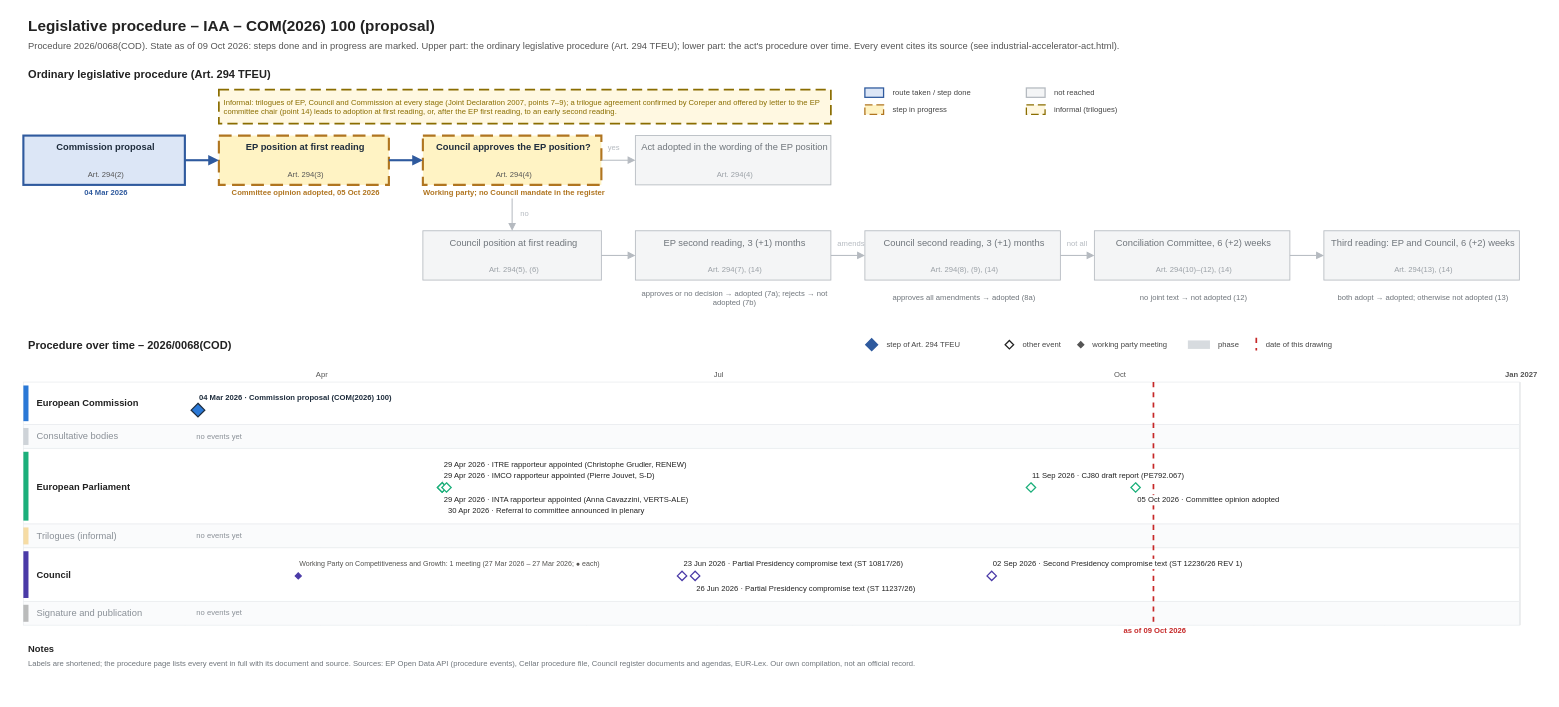
Earlier version of the draw.io diagram procedures/industrial-accelerator-act.drawio (git-z0man/eu-regulation-timeline). Source tidied: cells renumbered, new cells numbered last; positions are measured from the earlier drawing's top-left corner, leaving out a move shared by most shapes. Both pictures are drawn from the tidied source at 85%, with x=0, y=0 at pixel (14, 14).
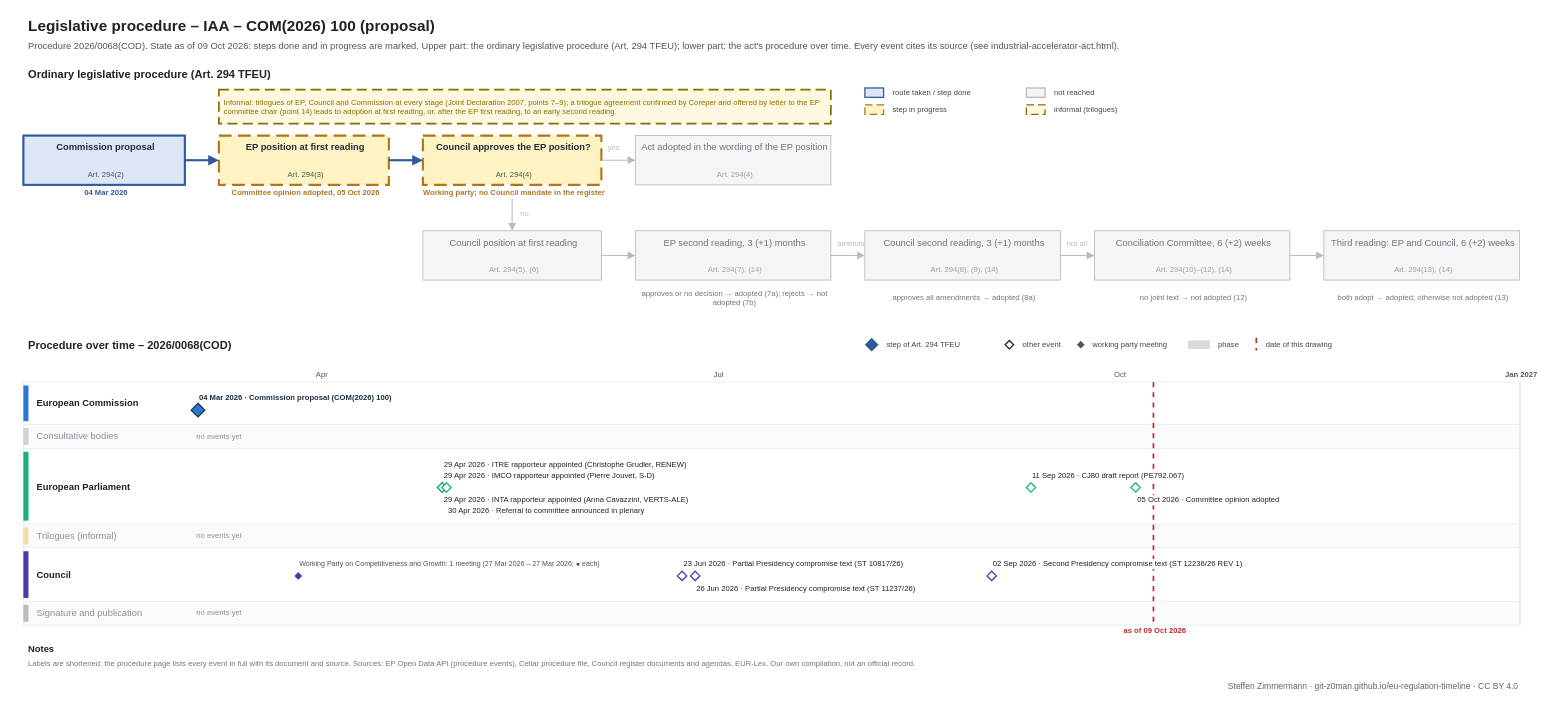
The same diagram, later.

Change to the diagram source:
```diff
@@
+    <mxCell id="136" value="Steffen Zimmermann · git-z0man.github.io/eu-regulation-timeline · CC BY 4.0" style="text;html=1;fontSize=10;fontColor=#5b646b;align=right;verticalAlign=middle;spacingLeft=4;" parent="1" vertex="1">
+      <mxGeometry x="10" y="782" width="1760" height="16" as="geometry" />
+    </mxCell>
```
